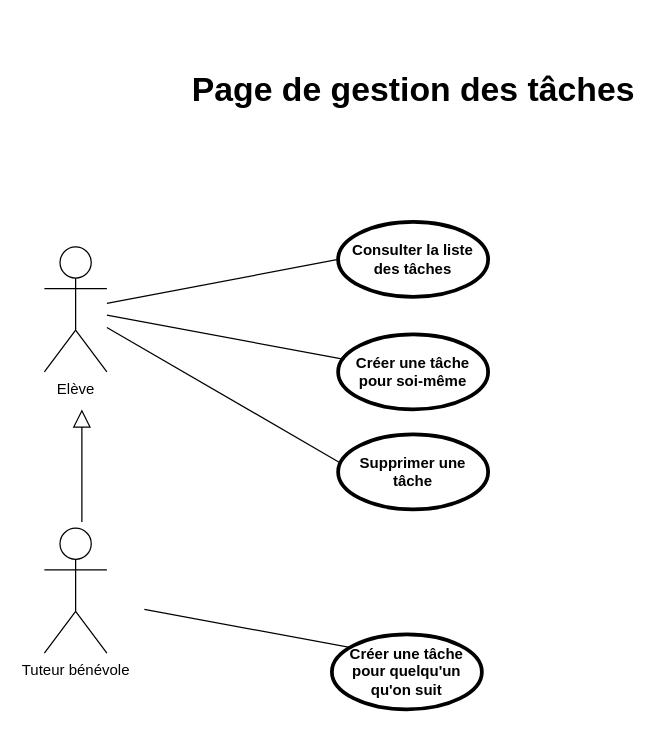
The draw.io diagram GestionDesTaches.drawio in aureliegangloff/OC-P7-Learn-Home, before the edit. Source tidied: cells renumbered, new cells numbered last; positions are measured from the earlier drawing's top-left corner, leaving out a move shared by most shapes. Both pictures are drawn from the tidied source at 125%, with x=0, y=0 at pixel (44, 21).
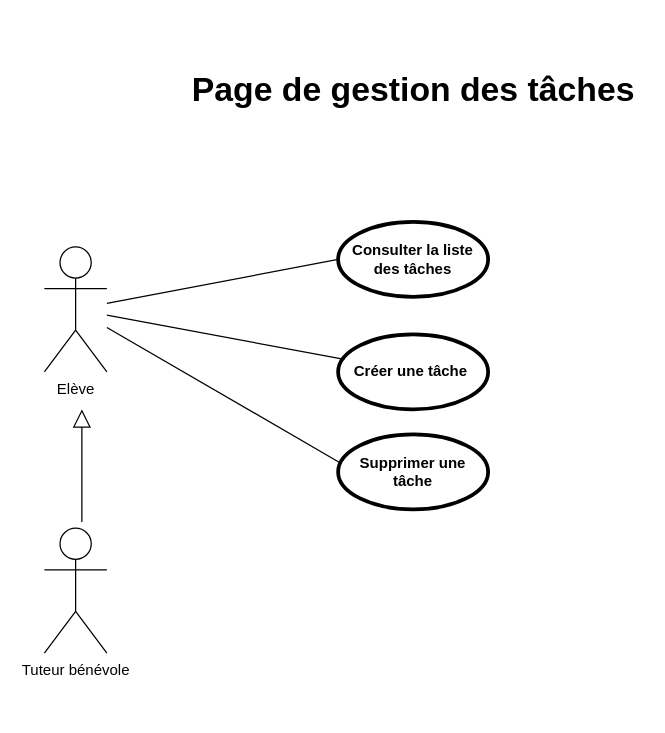
After the change.

Commit message:
Mettre à jour GestionDesTaches.drawio

Change to the diagram source:
```diff
@@
 <mxGraphModel>
   <root>
     <mxCell id="0" />
     <mxCell id="1" parent="0" />
     <mxCell id="2" value="Page de gestion des tâches" style="text;strokeColor=none;fillColor=none;html=1;fontSize=27;fontStyle=1;verticalAlign=middle;align=center;autosizeText=1;" parent="1" vertex="1">
       <mxGeometry x="110" width="370" height="110" as="geometry" />
     </mxCell>
     <mxCell id="3" value="Elève" style="shape=umlActor;html=1;verticalLabelPosition=bottom;verticalAlign=top;align=center;labelPerimeter=1;" parent="1" vertex="1">
       <mxGeometry y="180" width="50" height="100" as="geometry" />
     </mxCell>
     <mxCell id="4" value="Tuteur bénévole" style="shape=umlActor;html=1;verticalLabelPosition=bottom;verticalAlign=top;align=center;labelPerimeter=1;" parent="1" vertex="1">
       <mxGeometry y="405" width="50" height="100" as="geometry" />
     </mxCell>
     <mxCell id="5" value="Consulter la liste des tâches" style="shape=ellipse;html=1;strokeWidth=3;fontStyle=1;whiteSpace=wrap;align=center;perimeter=ellipsePerimeter;" parent="1" vertex="1">
       <mxGeometry x="235" y="160" width="120" height="60" as="geometry" />
     </mxCell>
-    <mxCell id="6" value="Créer une tâche pour soi-même" style="shape=ellipse;html=1;strokeWidth=3;fontStyle=1;whiteSpace=wrap;align=center;perimeter=ellipsePerimeter;" parent="1" vertex="1">
+    <mxCell id="6" value="Créer une tâche&amp;nbsp;" style="shape=ellipse;html=1;strokeWidth=3;fontStyle=1;whiteSpace=wrap;align=center;perimeter=ellipsePerimeter;" parent="1" vertex="1">
       <mxGeometry x="235" y="250" width="120" height="60" as="geometry" />
     </mxCell>
     <mxCell id="7" value="Supprimer une tâche" style="shape=ellipse;html=1;strokeWidth=3;fontStyle=1;whiteSpace=wrap;align=center;perimeter=ellipsePerimeter;" parent="1" vertex="1">
       <mxGeometry x="235" y="330" width="120" height="60" as="geometry" />
     </mxCell>
     <mxCell id="8" style="edgeStyle=none;html=1;endArrow=none;verticalAlign=bottom;rounded=0;defaultLabelBackgroundColor=page;entryX=0;entryY=0.5;entryDx=0;entryDy=0;endFill=0;" parent="1" edge="1" source="3" target="5">
       <mxGeometry relative="1" as="geometry" />
     </mxCell>
     <mxCell id="9" style="edgeStyle=none;html=1;endArrow=none;verticalAlign=bottom;rounded=0;defaultLabelBackgroundColor=page;" parent="1" edge="1" target="3">
       <mxGeometry relative="1" as="geometry">
         <mxPoint x="240" y="270" as="sourcePoint" />
       </mxGeometry>
     </mxCell>
     <mxCell id="10" style="edgeStyle=none;html=1;endArrow=none;verticalAlign=bottom;rounded=0;defaultLabelBackgroundColor=page;exitX=0.018;exitY=0.384;exitDx=0;exitDy=0;exitPerimeter=0;" parent="1" edge="1" source="7" target="3">
       <mxGeometry relative="1" as="geometry" />
     </mxCell>
-    <mxCell id="11" style="edgeStyle=none;html=1;endArrow=none;verticalAlign=bottom;rounded=0;defaultLabelBackgroundColor=page;exitX=1;exitY=0.5;exitDx=0;exitDy=0;" parent="1" edge="1" source="12">
-      <mxGeometry relative="1" as="geometry">
-        <mxPoint x="80" y="470" as="targetPoint" />
-      </mxGeometry>
-    </mxCell>
-    <mxCell id="12" value="Créer une tâche pour quelqu'un qu'on suit" style="shape=ellipse;html=1;strokeWidth=3;fontStyle=1;whiteSpace=wrap;align=center;perimeter=ellipsePerimeter;" parent="1" vertex="1">
-      <mxGeometry x="230" y="490" width="120" height="60" as="geometry" />
-    </mxCell>
     <mxCell id="13" style="edgeStyle=none;html=1;endArrow=block;endFill=0;endSize=12;verticalAlign=bottom;rounded=0;defaultLabelBackgroundColor=page;" parent="1" edge="1">
       <mxGeometry relative="1" as="geometry">
         <mxPoint x="30" y="400" as="sourcePoint" />
         <mxPoint x="30" y="310" as="targetPoint" />
       </mxGeometry>
     </mxCell>
   </root>
 </mxGraphModel>
```
